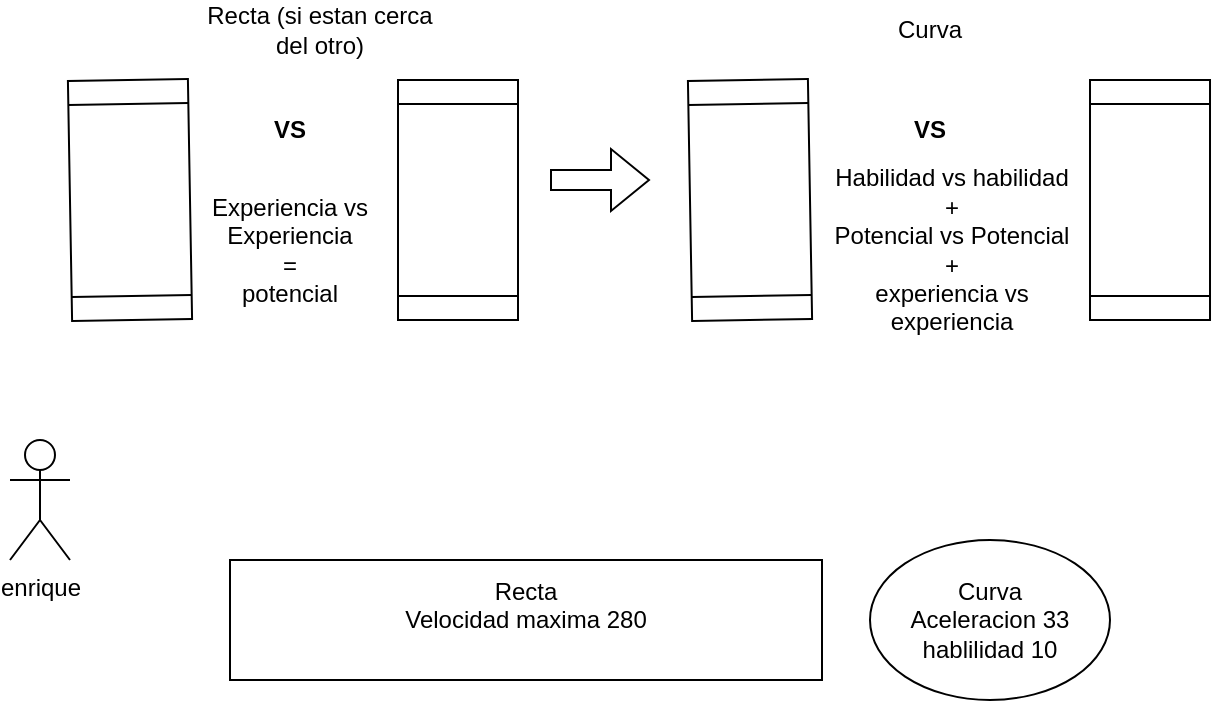
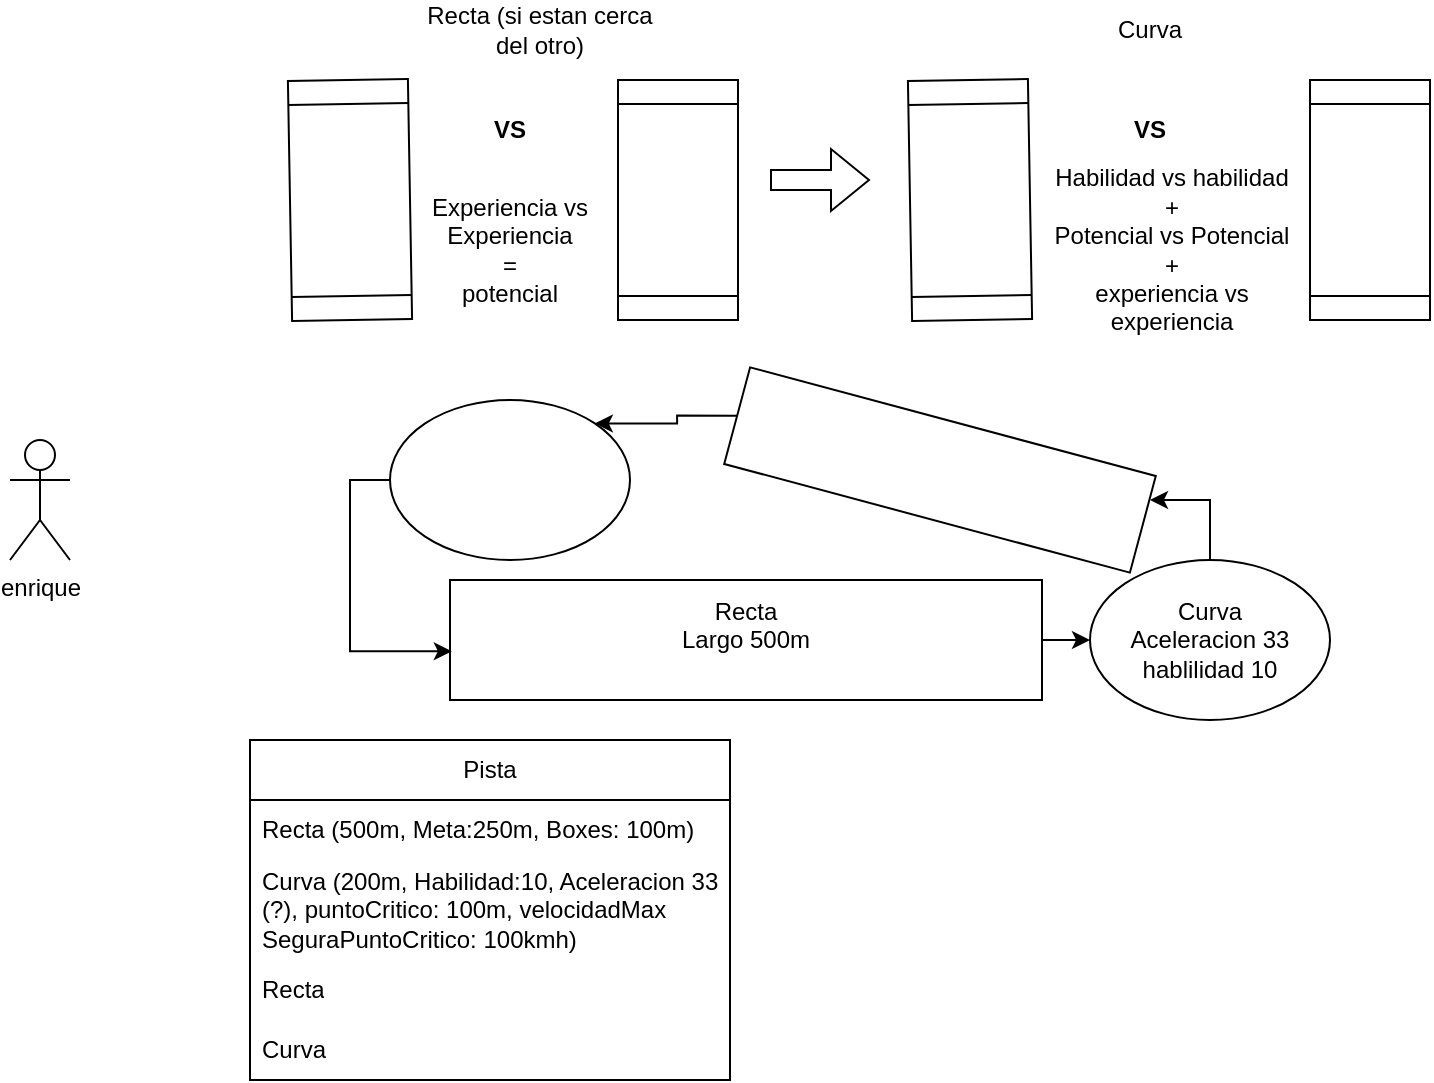
- <mxfile host="app.diagrams.net">
+ <mxfile host="Electron">
  <diagram name="Página-1" id="P_IAv8h35JDMHn-B6d1V">
-     <mxGraphModel dx="717" dy="394" grid="1" gridSize="10" guides="1" tooltips="1" connect="1" arrows="1" fold="1" page="1" pageScale="1" pageWidth="827" pageHeight="1169" math="0" shadow="0">
+     <mxGraphModel dx="1308" dy="621" grid="1" gridSize="10" guides="1" tooltips="1" connect="1" arrows="1" fold="1" page="1" pageScale="1" pageWidth="827" pageHeight="1169" math="0" shadow="0">
      <root>
        <mxCell id="0" />
        <mxCell id="1" parent="0" />
+         <mxCell id="ytWUsMGnz1DCkCSX1IEv-9" edge="1" parent="1" source="TjFKaVejuoKvQsl3Um7W-1" style="edgeStyle=orthogonalEdgeStyle;rounded=0;orthogonalLoop=1;jettySize=auto;html=1;exitX=0.5;exitY=0;exitDx=0;exitDy=0;">
+           <mxGeometry relative="1" as="geometry">
+             <Array as="points">
+               <mxPoint x="680" y="290" />
+             </Array>
+             <mxPoint x="650" y="290.0000000000001" as="targetPoint" />
+           </mxGeometry>
+         </mxCell>
        <mxCell id="TjFKaVejuoKvQsl3Um7W-1" parent="1" style="ellipse;whiteSpace=wrap;html=1;" value="Curva&lt;div&gt;Aceleracion 33&lt;br&gt;&lt;div&gt;hablilidad 10&lt;/div&gt;&lt;/div&gt;" vertex="1">
-           <mxGeometry height="80" width="120" x="620" y="310" as="geometry" />
+           <mxGeometry height="80" width="120" x="620" y="320" as="geometry" />
        </mxCell>
-         <mxCell id="TjFKaVejuoKvQsl3Um7W-2" parent="1" style="rounded=0;whiteSpace=wrap;html=1;" value="Recta&lt;div&gt;Velocidad maxima 280&lt;/div&gt;&lt;div&gt;&lt;br&gt;&lt;/div&gt;" vertex="1">
-           <mxGeometry height="60" width="296" x="300" y="320" as="geometry" />
+         <mxCell id="ytWUsMGnz1DCkCSX1IEv-12" edge="1" parent="1" source="TjFKaVejuoKvQsl3Um7W-2" style="edgeStyle=orthogonalEdgeStyle;rounded=0;orthogonalLoop=1;jettySize=auto;html=1;exitX=1;exitY=0.5;exitDx=0;exitDy=0;entryX=0;entryY=0.5;entryDx=0;entryDy=0;" target="TjFKaVejuoKvQsl3Um7W-1">
+           <mxGeometry relative="1" as="geometry" />
+         </mxCell>
+         <mxCell id="TjFKaVejuoKvQsl3Um7W-2" parent="1" style="rounded=0;whiteSpace=wrap;html=1;" value="Recta&lt;div&gt;Largo 500m&lt;/div&gt;&lt;div&gt;&lt;br&gt;&lt;/div&gt;" vertex="1">
+           <mxGeometry height="60" width="296" x="300" y="330" as="geometry" />
        </mxCell>
        <mxCell id="TjFKaVejuoKvQsl3Um7W-5" parent="1" style="shape=process;whiteSpace=wrap;html=1;backgroundOutline=1;rotation=-91;" value="" vertex="1">
          <mxGeometry height="60" width="120" x="190" y="110" as="geometry" />
        </mxCell>
        <mxCell id="TjFKaVejuoKvQsl3Um7W-6" parent="1" style="shape=process;whiteSpace=wrap;html=1;backgroundOutline=1;rotation=-90;" value="" vertex="1">
          <mxGeometry height="60" width="120" x="354" y="110" as="geometry" />
        </mxCell>
        <mxCell id="TjFKaVejuoKvQsl3Um7W-7" parent="1" style="text;html=1;whiteSpace=wrap;strokeColor=none;fillColor=none;align=center;verticalAlign=middle;rounded=0;fontStyle=1" value="VS" vertex="1">
          <mxGeometry height="30" width="60" x="300" y="90" as="geometry" />
        </mxCell>
        <mxCell id="TjFKaVejuoKvQsl3Um7W-8" parent="1" style="text;html=1;whiteSpace=wrap;strokeColor=none;fillColor=none;align=center;verticalAlign=middle;rounded=0;" value="Experiencia vs Experiencia&lt;div&gt;=&lt;/div&gt;&lt;div&gt;potencial&lt;/div&gt;" vertex="1">
          <mxGeometry height="70" width="120" x="270" y="130" as="geometry" />
        </mxCell>
        <mxCell id="TjFKaVejuoKvQsl3Um7W-9" parent="1" style="text;html=1;whiteSpace=wrap;strokeColor=none;fillColor=none;align=center;verticalAlign=middle;rounded=0;" value="Recta (si estan cerca del otro)" vertex="1">
          <mxGeometry height="30" width="130" x="280" y="40" as="geometry" />
        </mxCell>
        <mxCell id="TjFKaVejuoKvQsl3Um7W-10" parent="1" style="shape=process;whiteSpace=wrap;html=1;backgroundOutline=1;rotation=-91;" value="" vertex="1">
          <mxGeometry height="60" width="120" x="500.0025752409287" y="110" as="geometry" />
        </mxCell>
        <mxCell id="TjFKaVejuoKvQsl3Um7W-11" parent="1" style="shape=process;whiteSpace=wrap;html=1;backgroundOutline=1;rotation=-90;" value="" vertex="1">
          <mxGeometry height="60" width="120" x="700.0025752409288" y="110" as="geometry" />
        </mxCell>
        <mxCell id="TjFKaVejuoKvQsl3Um7W-12" parent="1" style="text;html=1;whiteSpace=wrap;strokeColor=none;fillColor=none;align=center;verticalAlign=middle;rounded=0;fontStyle=1" value="VS" vertex="1">
          <mxGeometry height="30" width="60" x="620.0025752409288" y="90" as="geometry" />
        </mxCell>
        <mxCell id="TjFKaVejuoKvQsl3Um7W-13" parent="1" style="text;html=1;whiteSpace=wrap;strokeColor=none;fillColor=none;align=center;verticalAlign=middle;rounded=0;" value="Habilidad vs habilidad&lt;div&gt;+&lt;/div&gt;&lt;div&gt;Potencial vs Potencial&lt;/div&gt;&lt;div&gt;+&lt;/div&gt;&lt;div&gt;experiencia vs experiencia&lt;/div&gt;" vertex="1">
          <mxGeometry height="90" width="130" x="596" y="120" as="geometry" />
        </mxCell>
        <mxCell id="TjFKaVejuoKvQsl3Um7W-14" parent="1" style="text;html=1;whiteSpace=wrap;strokeColor=none;fillColor=none;align=center;verticalAlign=middle;rounded=0;" value="Curva" vertex="1">
          <mxGeometry height="30" width="130" x="585.0025752409288" y="40" as="geometry" />
        </mxCell>
        <mxCell id="TjFKaVejuoKvQsl3Um7W-15" edge="1" parent="1" style="shape=flexArrow;endArrow=classic;html=1;rounded=0;" value="">
          <mxGeometry height="50" relative="1" width="50" as="geometry">
            <mxPoint x="460" y="130" as="sourcePoint" />
            <mxPoint x="510" y="130" as="targetPoint" />
          </mxGeometry>
        </mxCell>
        <mxCell id="TjFKaVejuoKvQsl3Um7W-4" parent="1" style="shape=umlActor;verticalLabelPosition=bottom;verticalAlign=top;html=1;outlineConnect=0;" value="enrique" vertex="1">
-           <mxGeometry height="60" width="30" x="190" y="260" as="geometry" />
+           <mxGeometry height="60" width="30" x="80" y="260" as="geometry" />
+         </mxCell>
+         <mxCell id="ytWUsMGnz1DCkCSX1IEv-1" parent="1" style="swimlane;fontStyle=0;childLayout=stackLayout;horizontal=1;startSize=30;horizontalStack=0;resizeParent=1;resizeParentMax=0;resizeLast=0;collapsible=1;marginBottom=0;whiteSpace=wrap;html=1;" value="Pista" vertex="1">
+           <mxGeometry height="170" width="240" x="200" y="410" as="geometry" />
+         </mxCell>
+         <mxCell id="ytWUsMGnz1DCkCSX1IEv-2" parent="ytWUsMGnz1DCkCSX1IEv-1" style="text;strokeColor=none;fillColor=none;align=left;verticalAlign=middle;spacingLeft=4;spacingRight=4;overflow=hidden;points=[[0,0.5],[1,0.5]];portConstraint=eastwest;rotatable=0;whiteSpace=wrap;html=1;" value="Recta (500m, Meta:250m, Boxes: 100m)" vertex="1">
+           <mxGeometry height="30" width="240" y="30" as="geometry" />
+         </mxCell>
+         <mxCell id="ytWUsMGnz1DCkCSX1IEv-3" parent="ytWUsMGnz1DCkCSX1IEv-1" style="text;strokeColor=none;fillColor=none;align=left;verticalAlign=middle;spacingLeft=4;spacingRight=4;overflow=hidden;points=[[0,0.5],[1,0.5]];portConstraint=eastwest;rotatable=0;whiteSpace=wrap;html=1;" value="Curva (200m, Habilidad:10, Aceleracion 33 (?), puntoCritico: 100m, velocidadMax SeguraPuntoCritico: 100kmh)" vertex="1">
+           <mxGeometry height="50" width="240" y="60" as="geometry" />
+         </mxCell>
+         <mxCell id="ytWUsMGnz1DCkCSX1IEv-4" parent="ytWUsMGnz1DCkCSX1IEv-1" style="text;strokeColor=none;fillColor=none;align=left;verticalAlign=middle;spacingLeft=4;spacingRight=4;overflow=hidden;points=[[0,0.5],[1,0.5]];portConstraint=eastwest;rotatable=0;whiteSpace=wrap;html=1;" value="Recta" vertex="1">
+           <mxGeometry height="30" width="240" y="110" as="geometry" />
+         </mxCell>
+         <mxCell id="ytWUsMGnz1DCkCSX1IEv-5" parent="ytWUsMGnz1DCkCSX1IEv-1" style="text;strokeColor=none;fillColor=none;align=left;verticalAlign=middle;spacingLeft=4;spacingRight=4;overflow=hidden;points=[[0,0.5],[1,0.5]];portConstraint=eastwest;rotatable=0;whiteSpace=wrap;html=1;" value="Curva" vertex="1">
+           <mxGeometry height="30" width="240" y="140" as="geometry" />
+         </mxCell>
+         <mxCell id="ytWUsMGnz1DCkCSX1IEv-10" edge="1" parent="1" source="ytWUsMGnz1DCkCSX1IEv-6" style="edgeStyle=orthogonalEdgeStyle;rounded=0;orthogonalLoop=1;jettySize=auto;html=1;exitX=0;exitY=0.5;exitDx=0;exitDy=0;entryX=1;entryY=0;entryDx=0;entryDy=0;" target="ytWUsMGnz1DCkCSX1IEv-7">
+           <mxGeometry relative="1" as="geometry" />
+         </mxCell>
+         <mxCell id="ytWUsMGnz1DCkCSX1IEv-6" parent="1" style="rounded=0;whiteSpace=wrap;html=1;rotation=15;" value="" vertex="1">
+           <mxGeometry height="50" width="210" x="440" y="250" as="geometry" />
+         </mxCell>
+         <mxCell id="ytWUsMGnz1DCkCSX1IEv-7" parent="1" style="ellipse;whiteSpace=wrap;html=1;" value="" vertex="1">
+           <mxGeometry height="80" width="120" x="270" y="240" as="geometry" />
+         </mxCell>
+         <mxCell id="ytWUsMGnz1DCkCSX1IEv-11" edge="1" parent="1" source="ytWUsMGnz1DCkCSX1IEv-7" style="edgeStyle=orthogonalEdgeStyle;rounded=0;orthogonalLoop=1;jettySize=auto;html=1;exitX=0;exitY=0.5;exitDx=0;exitDy=0;entryX=0.003;entryY=0.594;entryDx=0;entryDy=0;entryPerimeter=0;" target="TjFKaVejuoKvQsl3Um7W-2">
+           <mxGeometry relative="1" as="geometry" />
        </mxCell>
      </root>
    </mxGraphModel>
  </diagram>
</mxfile>
